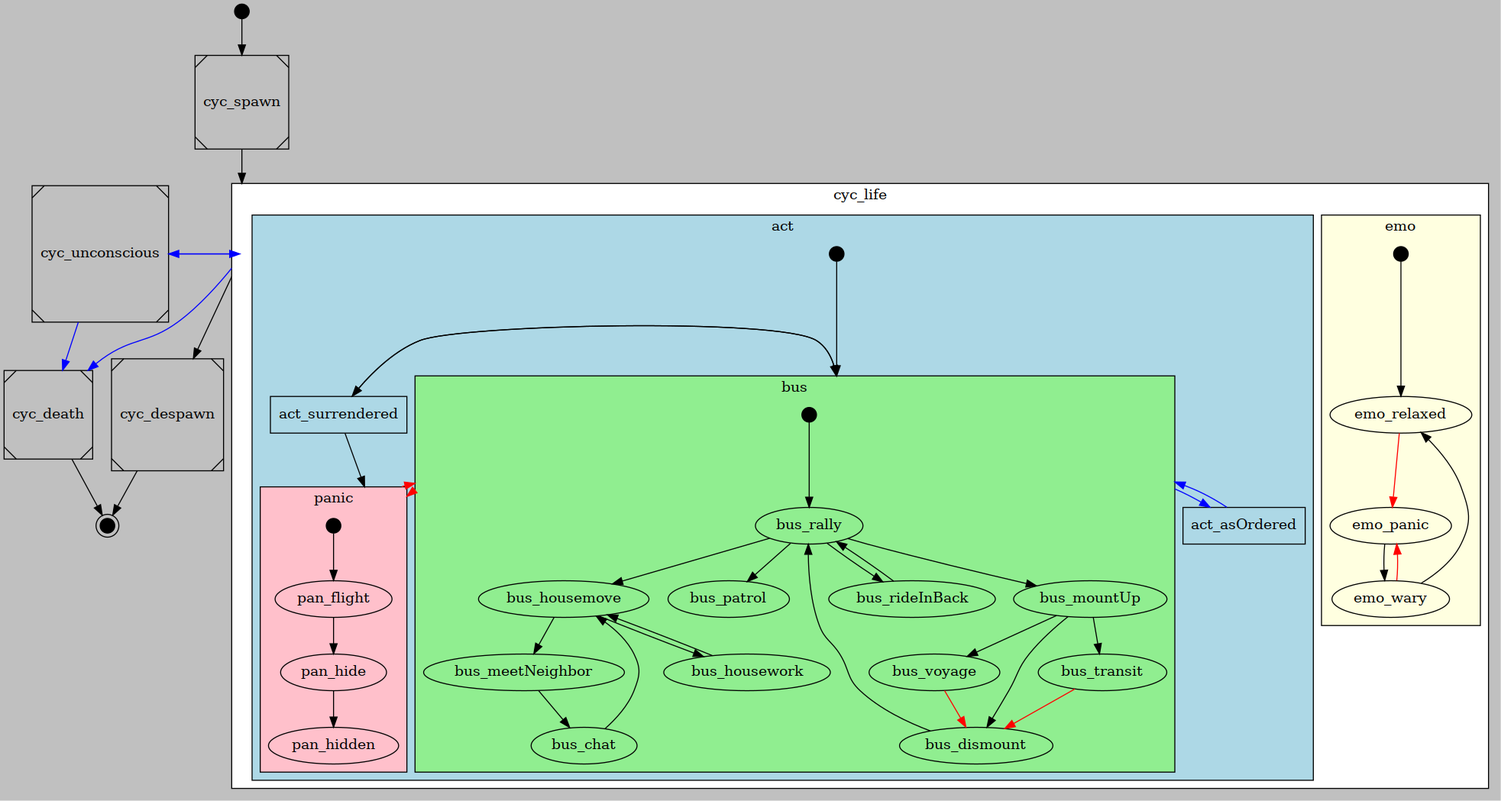
Earlier version of the Graphviz export docs/states.png (gruppe-adler/grad_civs). Its source is kept beside it as docs/states.gv.
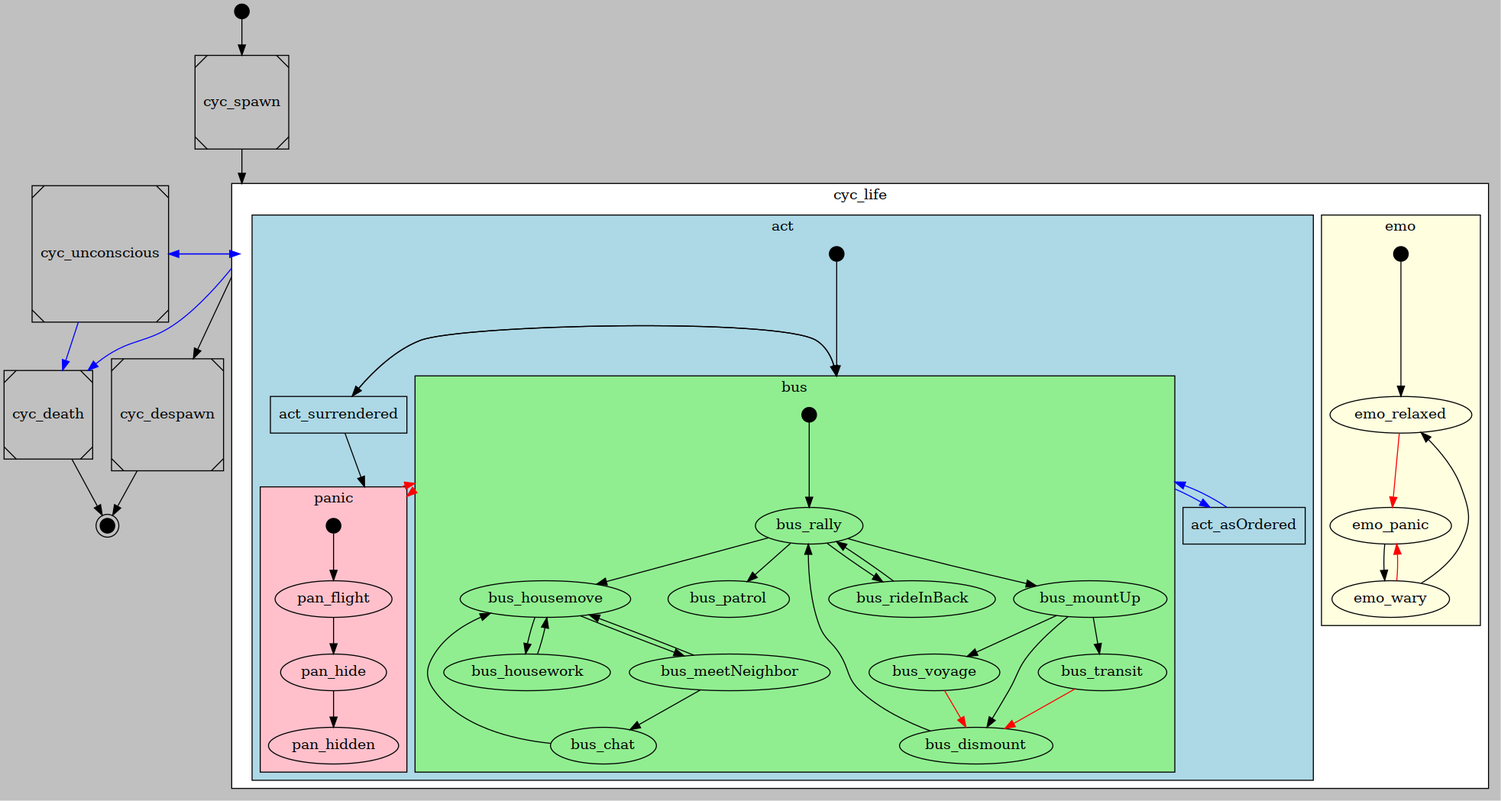
After the commit.

Change to the diagram source:
```diff
@@ -38,6 +38,7 @@
                 bus_rideInBack -> bus_rally;
                 bus_housemove -> bus_meetNeighbor;
                 bus_meetNeighbor -> bus_chat;
+                bus_meetNeighbor -> bus_housemove;
                 bus_chat -> bus_housemove;
                 bus_housemove -> bus_housework;
                 bus_housework -> bus_housemove;
```
